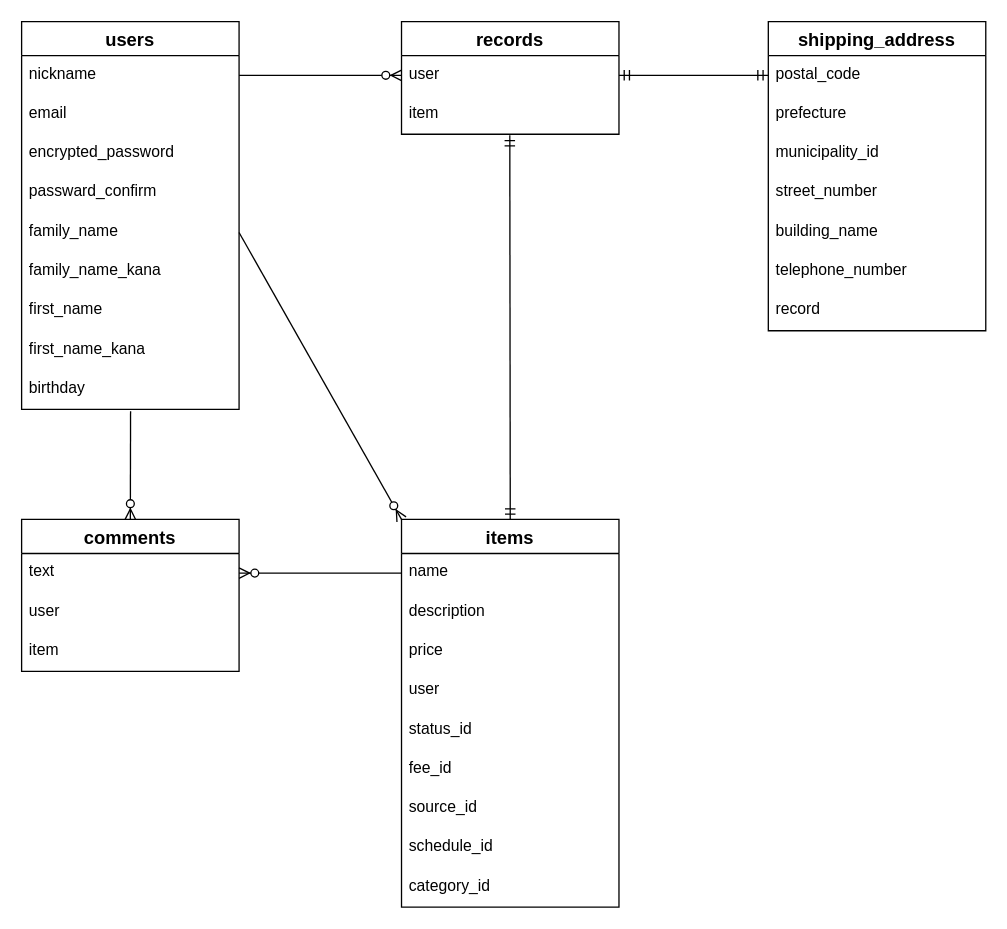
This is ER.drawio from Poly-Jiro/furima-31026, a draw.io file, before an edit. Source tidied: cells renumbered, new cells numbered last; positions are measured from the earlier drawing's top-left corner, leaving out a move shared by most shapes. Both pictures are drawn from the tidied source at 131%, with x=0, y=0 at pixel (21, 21).
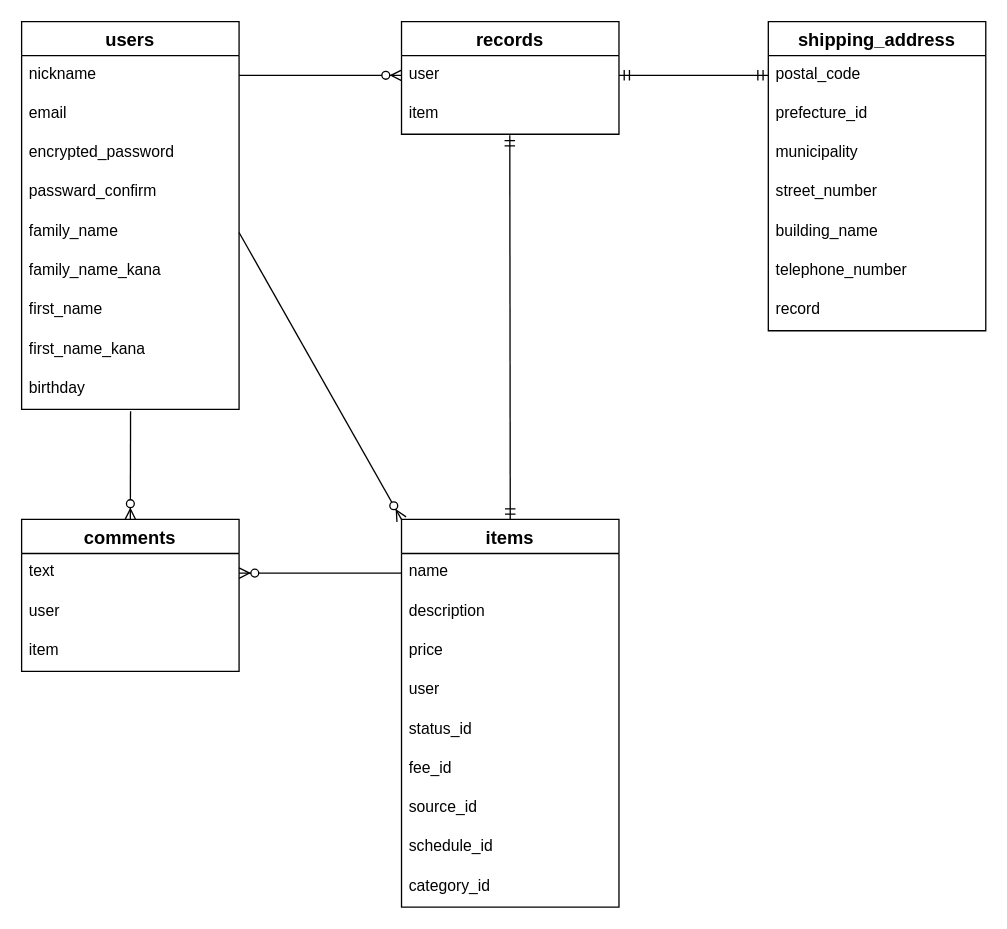
After the change.

Unchanged cells that the change refers to:
```xml
<mxCell id="18" value="shipping_address" style="swimlane;fontStyle=1;horizontal=1;startSize=26;align=center;fontSize=14;" parent="1" vertex="1">
  <mxGeometry x="570" width="166" height="236" as="geometry" />
</mxCell>
```

Diff of the diagram source:
```diff
@@
-    <mxCell id="20" value="prefecture" style="text;strokeColor=none;fillColor=none;spacingLeft=4;spacingRight=4;overflow=hidden;fontSize=12;" parent="18" vertex="1">
+    <mxCell id="20" value="prefecture_id" style="text;strokeColor=none;fillColor=none;spacingLeft=4;spacingRight=4;overflow=hidden;fontSize=12;" parent="18" vertex="1">
       <mxGeometry y="56" width="166" height="30" as="geometry" />
     </mxCell>
-    <mxCell id="21" value="municipality_id" style="text;strokeColor=none;fillColor=none;spacingLeft=4;spacingRight=4;overflow=hidden;fontSize=12;" parent="18" vertex="1">
+    <mxCell id="21" value="municipality" style="text;strokeColor=none;fillColor=none;spacingLeft=4;spacingRight=4;overflow=hidden;fontSize=12;" parent="18" vertex="1">
       <mxGeometry y="86" width="166" height="30" as="geometry" />
     </mxCell>
```
